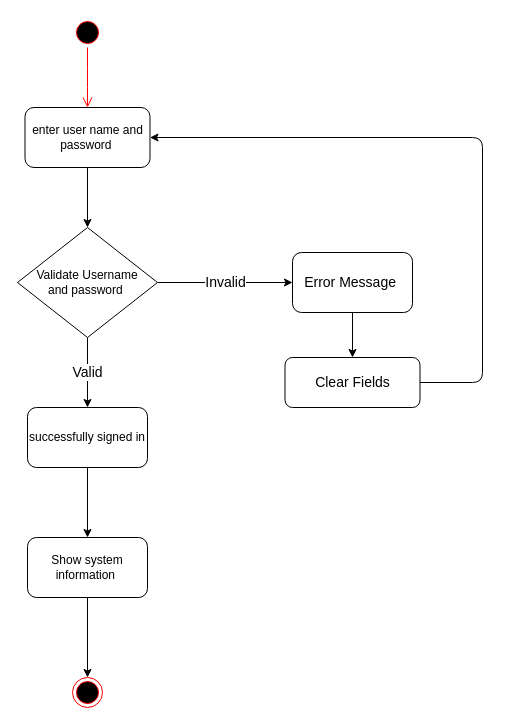
This is Tasks/Reham/Activity Diagram/Sign in .drawio from romanyn36/Catch-The-AI, a draw.io file, before an edit. Source tidied: cells renumbered, new cells numbered last; positions are measured from the earlier drawing's top-left corner, leaving out a move shared by most shapes. Both pictures are drawn from the tidied source at 100%, with x=0, y=0 at pixel (17, 17).
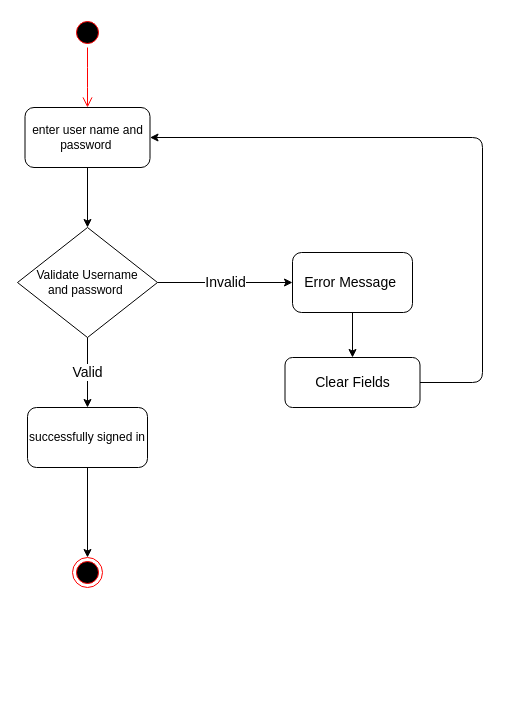
After the change.

The change refers to these unchanged cells:
```xml
<mxCell id="9" value="successfully signed in" style="rounded=1;whiteSpace=wrap;html=1;" parent="1" vertex="1">
  <mxGeometry x="10" y="390" width="120" height="60" as="geometry" />
</mxCell>
```

Change to the diagram source:
```diff
@@
-    <mxCell id="11" value="Show system information&amp;nbsp;" style="rounded=1;whiteSpace=wrap;html=1;" parent="1" vertex="1">
-      <mxGeometry x="10" y="520" width="120" height="60" as="geometry" />
-    </mxCell>
-    <mxCell id="12" style="endArrow=classic;html=1;exitX=0.5;exitY=1;exitDx=0;exitDy=0;entryX=0.5;entryY=0;entryDx=0;entryDy=0;" parent="1" edge="1" source="9" target="11">
+    <mxCell id="12" style="endArrow=classic;html=1;exitX=0.5;exitY=1;exitDx=0;exitDy=0;" parent="1" edge="1" source="9" target="13">
       <mxGeometry relative="1" as="geometry" />
     </mxCell>
     <mxCell id="13" style="ellipse;html=1;shape=endState;fillColor=#000000;strokeColor=#ff0000;" parent="1" vertex="1">
-      <mxGeometry x="55" y="660" width="30" height="30" as="geometry" />
+      <mxGeometry x="55" y="540" width="30" height="30" as="geometry" />
     </mxCell>
-    <mxCell id="14" style="endArrow=classic;html=1;exitX=0.5;exitY=1;exitDx=0;exitDy=0;entryX=0.5;entryY=0;entryDx=0;entryDy=0;" parent="1" edge="1" source="11" target="13">
-      <mxGeometry relative="1" as="geometry" />
-    </mxCell>
```
